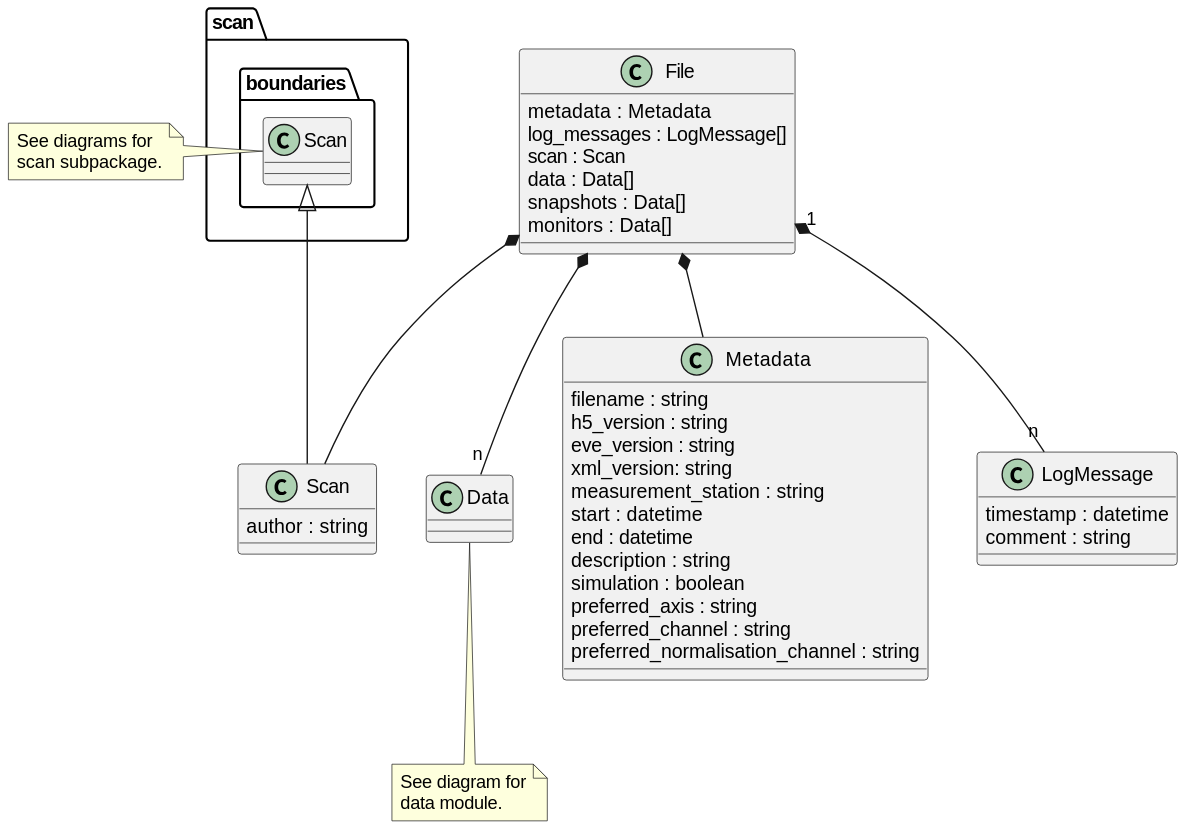
tillbiskup/evedata keeps this PlantUML diagram as docs/uml/evedata.evefile.file.svg. Above is the earlier version.
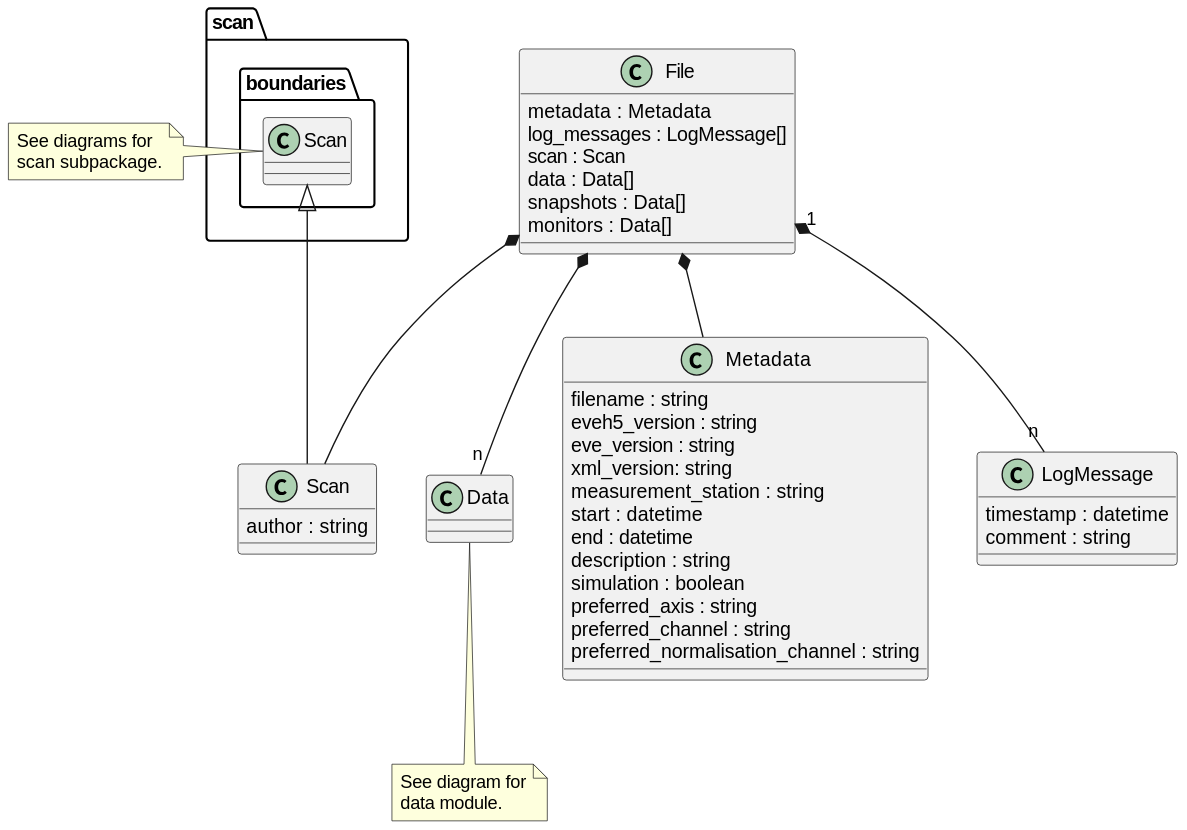
The same diagram one commit later.

Diff of the diagram source:
```diff
@@ -13,7 +13,7 @@
 
 class Metadata{
     filename : string
-    h5_version : string
+    eveh5_version : string
     eve_version : string
     xml_version: string
     measurement_station : string
```
